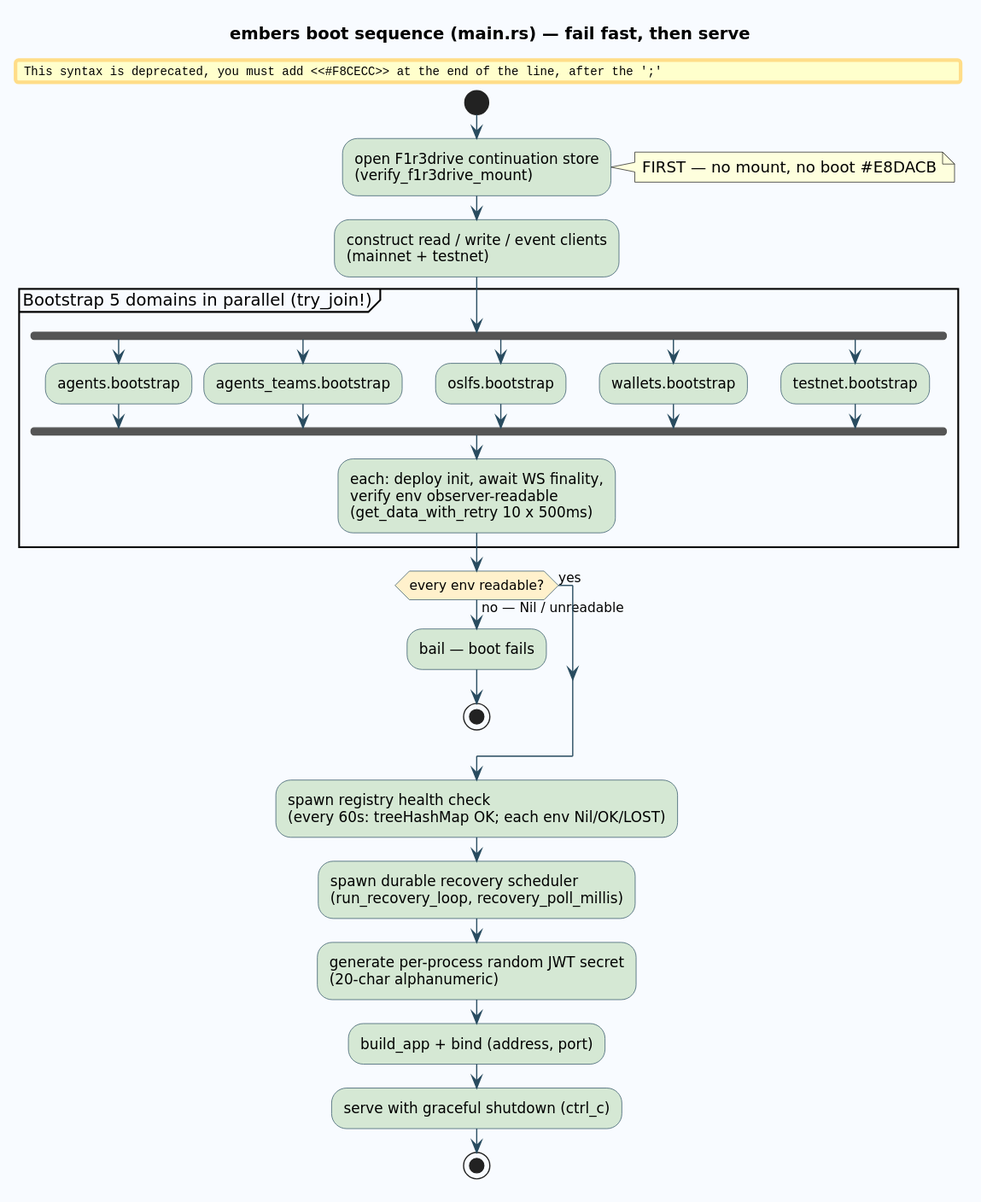
F1R3FLY-io/embers keeps this PlantUML diagram as docs/diagrams/29-boot-sequence.svg. Above is the earlier version.
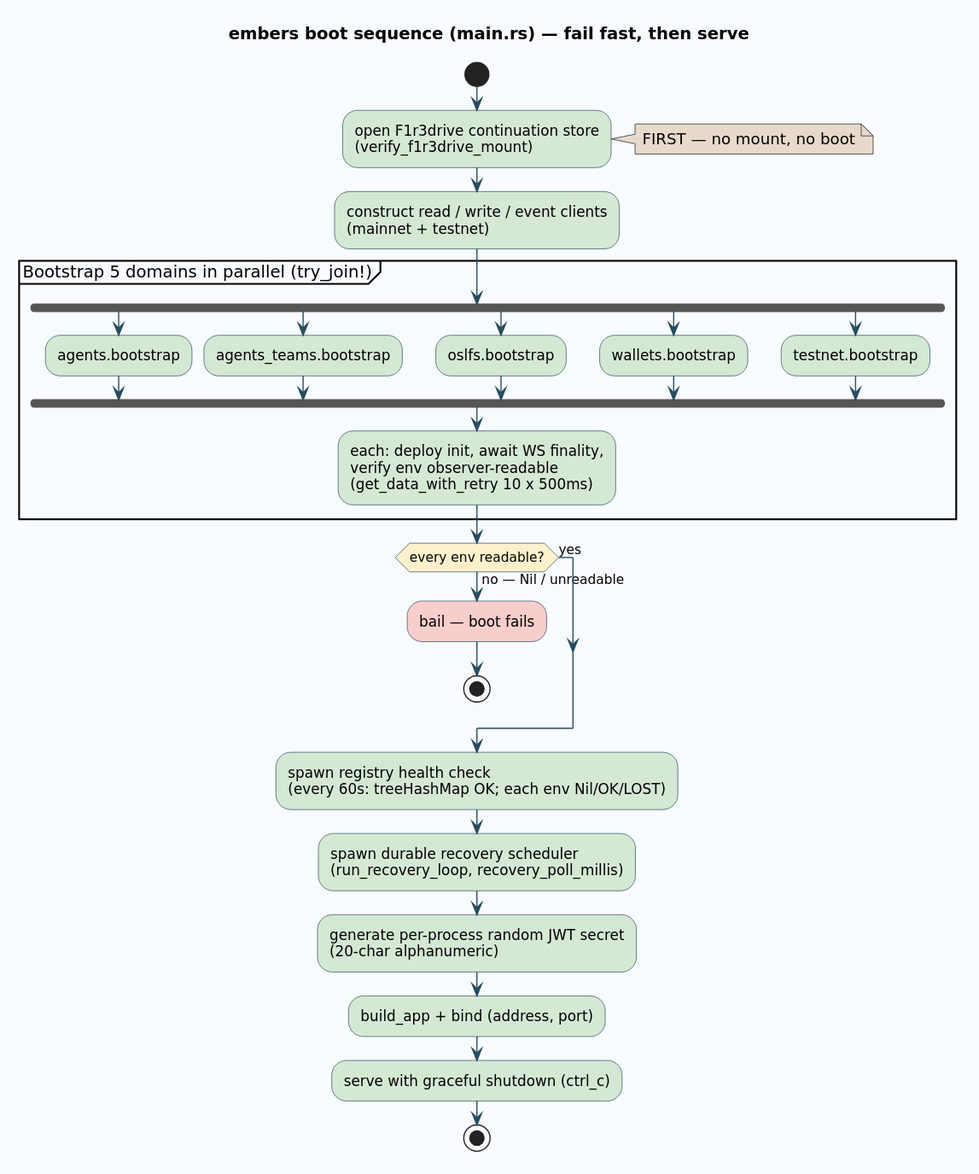
Later version of the same file.

Change to the diagram source:
```diff
@@ -14,7 +14,7 @@
 
 start
 :open F1r3drive continuation store\n(verify_f1r3drive_mount);
-note right: FIRST — no mount, no boot #E8DACB
+note right #E8DACB: FIRST — no mount, no boot
 :construct read / write / event clients\n(mainnet + testnet);
 partition "Bootstrap 5 domains in parallel (try_join!)" {
   fork
@@ -32,7 +32,7 @@
 }
 if (every env readable?) then (yes)
 else (no — Nil / unreadable)
-  #F8CECC:bail — boot fails;
+  :bail — boot fails;<<#F8CECC>>
   stop
 endif
 :spawn registry health check\n(every 60s: treeHashMap OK; each env Nil/OK/LOST);
```
